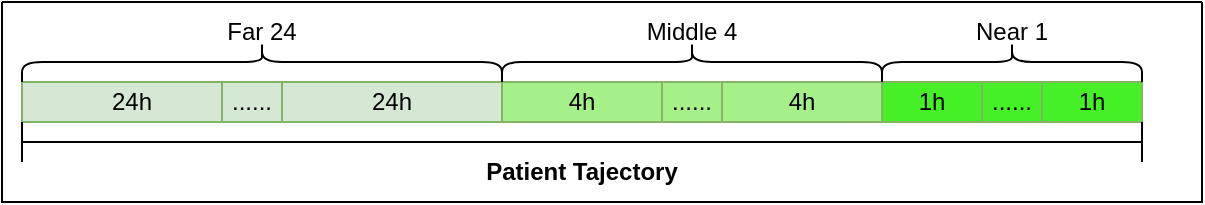
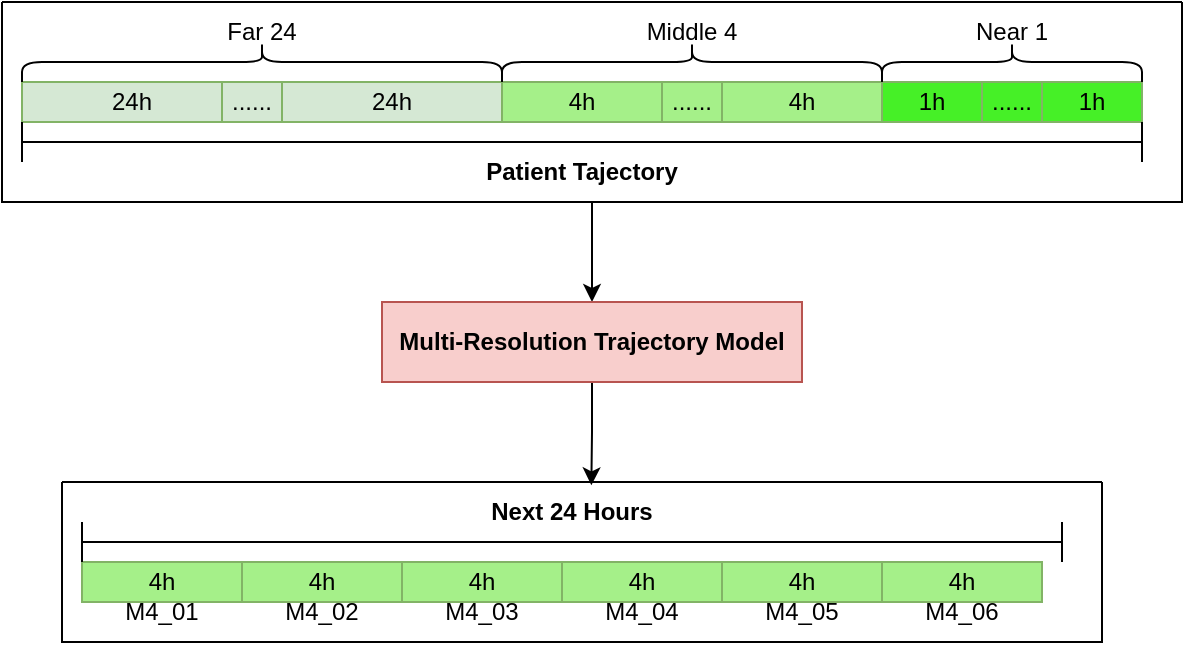
<mxfile host="app.diagrams.net">
  <diagram name="第 1 页" id="3EZWXdWs5LoXoSu94if4">
-     <mxGraphModel dx="790" dy="539" grid="1" gridSize="10" guides="1" tooltips="1" connect="1" arrows="1" fold="1" page="1" pageScale="1" pageWidth="827" pageHeight="1169" math="0" shadow="0">
+     <mxGraphModel dx="744" dy="507" grid="1" gridSize="10" guides="1" tooltips="1" connect="1" arrows="1" fold="1" page="1" pageScale="1" pageWidth="827" pageHeight="1169" math="0" shadow="0">
      <root>
        <mxCell id="0" />
        <mxCell id="1" parent="0" />
        <mxCell id="xGCr_gD7uzWL95jFXDYc-1" parent="1" style="rounded=0;whiteSpace=wrap;html=1;fillColor=#d5e8d4;strokeColor=#82b366;" value="24h" vertex="1">
          <mxGeometry height="20" width="110" x="40" y="170" as="geometry" />
        </mxCell>
        <mxCell id="xGCr_gD7uzWL95jFXDYc-2" parent="1" style="rounded=0;whiteSpace=wrap;html=1;fillColor=#d5e8d4;strokeColor=#82b366;" value="24h" vertex="1">
          <mxGeometry height="20" width="110" x="170" y="170" as="geometry" />
        </mxCell>
        <mxCell id="xGCr_gD7uzWL95jFXDYc-3" parent="1" style="rounded=0;whiteSpace=wrap;html=1;fillColor=light-dark(#A5F089,#1F2F1E);strokeColor=#82b366;" value="4h" vertex="1">
          <mxGeometry height="20" width="80" x="280" y="170" as="geometry" />
        </mxCell>
        <mxCell id="xGCr_gD7uzWL95jFXDYc-5" parent="1" style="rounded=0;whiteSpace=wrap;html=1;fillColor=#d5e8d4;strokeColor=#82b366;" value="......" vertex="1">
          <mxGeometry height="20" width="30" x="140" y="170" as="geometry" />
        </mxCell>
        <mxCell id="xGCr_gD7uzWL95jFXDYc-6" parent="1" style="rounded=0;whiteSpace=wrap;html=1;fillColor=light-dark(#A5F089,#1F2F1E);strokeColor=#82b366;" value="......" vertex="1">
          <mxGeometry height="20" width="30" x="360" y="170" as="geometry" />
        </mxCell>
        <mxCell id="xGCr_gD7uzWL95jFXDYc-8" parent="1" style="rounded=0;whiteSpace=wrap;html=1;fillColor=light-dark(#A5F089,#1F2F1E);strokeColor=#82b366;" value="4h" vertex="1">
          <mxGeometry height="20" width="80" x="390" y="170" as="geometry" />
        </mxCell>
        <mxCell id="xGCr_gD7uzWL95jFXDYc-9" parent="1" style="rounded=0;whiteSpace=wrap;html=1;fillColor=light-dark(#46F027,#1F2F1E);strokeColor=#82b366;" value="1h" vertex="1">
          <mxGeometry height="20" width="50" x="470" y="170" as="geometry" />
        </mxCell>
        <mxCell id="xGCr_gD7uzWL95jFXDYc-10" parent="1" style="rounded=0;whiteSpace=wrap;html=1;fillColor=light-dark(#46F027,#1F2F1E);strokeColor=#82b366;" value="1h" vertex="1">
          <mxGeometry height="20" width="50" x="550" y="170" as="geometry" />
        </mxCell>
        <mxCell id="xGCr_gD7uzWL95jFXDYc-11" parent="1" style="rounded=0;whiteSpace=wrap;html=1;fillColor=light-dark(#46F027,#1F2F1E);strokeColor=#82b366;" value="......" vertex="1">
          <mxGeometry height="20" width="30" x="520" y="170" as="geometry" />
        </mxCell>
        <mxCell id="xGCr_gD7uzWL95jFXDYc-12" parent="1" style="shape=curlyBracket;whiteSpace=wrap;html=1;rounded=1;labelPosition=left;verticalLabelPosition=middle;align=right;verticalAlign=middle;rotation=90;" value="" vertex="1">
          <mxGeometry height="240" width="20" x="150" y="40" as="geometry" />
        </mxCell>
        <mxCell id="xGCr_gD7uzWL95jFXDYc-13" parent="1" style="text;html=1;whiteSpace=wrap;strokeColor=none;fillColor=none;align=center;verticalAlign=middle;rounded=0;" value="Far 24" vertex="1">
          <mxGeometry height="30" width="60" x="130" y="130" as="geometry" />
        </mxCell>
        <mxCell id="xGCr_gD7uzWL95jFXDYc-14" parent="1" style="shape=curlyBracket;whiteSpace=wrap;html=1;rounded=1;labelPosition=left;verticalLabelPosition=middle;align=right;verticalAlign=middle;rotation=90;" value="" vertex="1">
          <mxGeometry height="190" width="20" x="365" y="65" as="geometry" />
        </mxCell>
        <mxCell id="xGCr_gD7uzWL95jFXDYc-15" parent="1" style="text;html=1;whiteSpace=wrap;strokeColor=none;fillColor=none;align=center;verticalAlign=middle;rounded=0;" value="Middle 4" vertex="1">
          <mxGeometry height="30" width="60" x="345" y="130" as="geometry" />
        </mxCell>
        <mxCell id="xGCr_gD7uzWL95jFXDYc-16" parent="1" style="shape=curlyBracket;whiteSpace=wrap;html=1;rounded=1;labelPosition=left;verticalLabelPosition=middle;align=right;verticalAlign=middle;rotation=90;" value="" vertex="1">
          <mxGeometry height="130" width="20" x="525" y="95" as="geometry" />
        </mxCell>
        <mxCell id="xGCr_gD7uzWL95jFXDYc-17" parent="1" style="text;html=1;whiteSpace=wrap;strokeColor=none;fillColor=none;align=center;verticalAlign=middle;rounded=0;" value="Near 1" vertex="1">
          <mxGeometry height="30" width="60" x="505" y="130" as="geometry" />
        </mxCell>
        <mxCell id="xGCr_gD7uzWL95jFXDYc-18" parent="1" style="shape=crossbar;whiteSpace=wrap;html=1;rounded=1;" value="" vertex="1">
          <mxGeometry height="20" width="560" x="40" y="190" as="geometry" />
        </mxCell>
        <mxCell id="xGCr_gD7uzWL95jFXDYc-19" parent="1" style="text;html=1;whiteSpace=wrap;strokeColor=none;fillColor=none;align=center;verticalAlign=middle;rounded=0;" value="&lt;b&gt;Patient Tajectory&lt;/b&gt;" vertex="1">
          <mxGeometry height="30" width="120" x="260" y="200" as="geometry" />
        </mxCell>
+         <mxCell id="3SwoLBKGE5TvQkrzPOWH-30" edge="1" parent="1" source="3SwoLBKGE5TvQkrzPOWH-1" style="edgeStyle=orthogonalEdgeStyle;rounded=0;orthogonalLoop=1;jettySize=auto;html=1;" target="3SwoLBKGE5TvQkrzPOWH-2" value="">
+           <mxGeometry relative="1" as="geometry" />
+         </mxCell>
        <mxCell id="3SwoLBKGE5TvQkrzPOWH-1" parent="1" style="swimlane;startSize=0;" value="" vertex="1">
-           <mxGeometry height="100" width="600" x="30" y="130" as="geometry" />
+           <mxGeometry height="100" width="590" x="30" y="130" as="geometry" />
+         </mxCell>
+         <mxCell id="3SwoLBKGE5TvQkrzPOWH-33" edge="1" parent="1" source="3SwoLBKGE5TvQkrzPOWH-2" style="edgeStyle=orthogonalEdgeStyle;rounded=0;orthogonalLoop=1;jettySize=auto;html=1;entryX=0.509;entryY=0.021;entryDx=0;entryDy=0;entryPerimeter=0;" target="3SwoLBKGE5TvQkrzPOWH-28" value="">
+           <mxGeometry relative="1" as="geometry" />
+         </mxCell>
+         <mxCell id="3SwoLBKGE5TvQkrzPOWH-2" parent="1" style="rounded=0;whiteSpace=wrap;html=1;fillColor=#f8cecc;strokeColor=#b85450;" value="&lt;b&gt;Multi-Resolution Trajectory Model&lt;/b&gt;" vertex="1">
+           <mxGeometry height="40" width="210" x="220" y="280" as="geometry" />
+         </mxCell>
+         <mxCell id="3SwoLBKGE5TvQkrzPOWH-29" connectable="0" parent="1" style="group" value="" vertex="1">
+           <mxGeometry height="90" width="520" x="60" y="370" as="geometry" />
+         </mxCell>
+         <mxCell id="3SwoLBKGE5TvQkrzPOWH-8" connectable="0" parent="3SwoLBKGE5TvQkrzPOWH-29" style="group" value="" vertex="1">
+           <mxGeometry height="50" width="80" x="10" y="40" as="geometry" />
+         </mxCell>
+         <mxCell id="3SwoLBKGE5TvQkrzPOWH-4" parent="3SwoLBKGE5TvQkrzPOWH-8" style="rounded=0;whiteSpace=wrap;html=1;fillColor=light-dark(#A5F089,#1F2F1E);strokeColor=#82b366;" value="4h" vertex="1">
+           <mxGeometry height="20" width="80" as="geometry" />
+         </mxCell>
+         <mxCell id="3SwoLBKGE5TvQkrzPOWH-9" connectable="0" parent="3SwoLBKGE5TvQkrzPOWH-29" style="group" value="" vertex="1">
+           <mxGeometry height="50" width="80" x="90" y="40" as="geometry" />
+         </mxCell>
+         <mxCell id="3SwoLBKGE5TvQkrzPOWH-5" parent="3SwoLBKGE5TvQkrzPOWH-9" style="rounded=0;whiteSpace=wrap;html=1;fillColor=light-dark(#A5F089,#1F2F1E);strokeColor=#82b366;" value="4h" vertex="1">
+           <mxGeometry height="20" width="80" as="geometry" />
+         </mxCell>
+         <mxCell id="3SwoLBKGE5TvQkrzPOWH-10" connectable="0" parent="3SwoLBKGE5TvQkrzPOWH-29" style="group" value="" vertex="1">
+           <mxGeometry height="50" width="80" x="170" y="40" as="geometry" />
+         </mxCell>
+         <mxCell id="3SwoLBKGE5TvQkrzPOWH-11" parent="3SwoLBKGE5TvQkrzPOWH-10" style="rounded=0;whiteSpace=wrap;html=1;fillColor=light-dark(#A5F089,#1F2F1E);strokeColor=#82b366;" value="4h" vertex="1">
+           <mxGeometry height="20" width="80" as="geometry" />
+         </mxCell>
+         <mxCell id="3SwoLBKGE5TvQkrzPOWH-13" connectable="0" parent="3SwoLBKGE5TvQkrzPOWH-29" style="group" value="" vertex="1">
+           <mxGeometry height="50" width="80" x="250" y="40" as="geometry" />
+         </mxCell>
+         <mxCell id="3SwoLBKGE5TvQkrzPOWH-14" parent="3SwoLBKGE5TvQkrzPOWH-13" style="rounded=0;whiteSpace=wrap;html=1;fillColor=light-dark(#A5F089,#1F2F1E);strokeColor=#82b366;" value="4h" vertex="1">
+           <mxGeometry height="20" width="80" as="geometry" />
+         </mxCell>
+         <mxCell id="3SwoLBKGE5TvQkrzPOWH-16" connectable="0" parent="3SwoLBKGE5TvQkrzPOWH-29" style="group" value="" vertex="1">
+           <mxGeometry height="50" width="80" x="330" y="40" as="geometry" />
+         </mxCell>
+         <mxCell id="3SwoLBKGE5TvQkrzPOWH-17" parent="3SwoLBKGE5TvQkrzPOWH-16" style="rounded=0;whiteSpace=wrap;html=1;fillColor=light-dark(#A5F089,#1F2F1E);strokeColor=#82b366;" value="4h" vertex="1">
+           <mxGeometry height="20" width="80" as="geometry" />
+         </mxCell>
+         <mxCell id="3SwoLBKGE5TvQkrzPOWH-19" connectable="0" parent="3SwoLBKGE5TvQkrzPOWH-29" style="group" value="" vertex="1">
+           <mxGeometry height="50" width="80" x="410" y="40" as="geometry" />
+         </mxCell>
+         <mxCell id="3SwoLBKGE5TvQkrzPOWH-20" parent="3SwoLBKGE5TvQkrzPOWH-19" style="rounded=0;whiteSpace=wrap;html=1;fillColor=light-dark(#A5F089,#1F2F1E);strokeColor=#82b366;" value="4h" vertex="1">
+           <mxGeometry height="20" width="80" as="geometry" />
+         </mxCell>
+         <mxCell id="3SwoLBKGE5TvQkrzPOWH-6" parent="3SwoLBKGE5TvQkrzPOWH-19" style="text;html=1;whiteSpace=wrap;strokeColor=none;fillColor=none;align=center;verticalAlign=middle;rounded=0;" value="M4_01" vertex="1">
+           <mxGeometry height="30" width="60" x="-390" y="10" as="geometry" />
+         </mxCell>
+         <mxCell id="3SwoLBKGE5TvQkrzPOWH-7" parent="3SwoLBKGE5TvQkrzPOWH-19" style="text;html=1;whiteSpace=wrap;strokeColor=none;fillColor=none;align=center;verticalAlign=middle;rounded=0;" value="M4_02" vertex="1">
+           <mxGeometry height="30" width="60" x="-310" y="10" as="geometry" />
+         </mxCell>
+         <mxCell id="3SwoLBKGE5TvQkrzPOWH-12" parent="3SwoLBKGE5TvQkrzPOWH-19" style="text;html=1;whiteSpace=wrap;strokeColor=none;fillColor=none;align=center;verticalAlign=middle;rounded=0;" value="M4_03" vertex="1">
+           <mxGeometry height="30" width="60" x="-230" y="10" as="geometry" />
+         </mxCell>
+         <mxCell id="3SwoLBKGE5TvQkrzPOWH-15" parent="3SwoLBKGE5TvQkrzPOWH-19" style="text;html=1;whiteSpace=wrap;strokeColor=none;fillColor=none;align=center;verticalAlign=middle;rounded=0;" value="M4_04" vertex="1">
+           <mxGeometry height="30" width="60" x="-150" y="10" as="geometry" />
+         </mxCell>
+         <mxCell id="3SwoLBKGE5TvQkrzPOWH-18" parent="3SwoLBKGE5TvQkrzPOWH-19" style="text;html=1;whiteSpace=wrap;strokeColor=none;fillColor=none;align=center;verticalAlign=middle;rounded=0;" value="M4_05" vertex="1">
+           <mxGeometry height="30" width="60" x="-70" y="10" as="geometry" />
+         </mxCell>
+         <mxCell id="3SwoLBKGE5TvQkrzPOWH-21" parent="3SwoLBKGE5TvQkrzPOWH-19" style="text;html=1;whiteSpace=wrap;strokeColor=none;fillColor=none;align=center;verticalAlign=middle;rounded=0;" value="M4_06" vertex="1">
+           <mxGeometry height="30" width="60" x="10" y="10" as="geometry" />
+         </mxCell>
+         <mxCell id="3SwoLBKGE5TvQkrzPOWH-26" parent="3SwoLBKGE5TvQkrzPOWH-29" style="shape=crossbar;whiteSpace=wrap;html=1;rounded=1;" value="" vertex="1">
+           <mxGeometry height="20" width="490" x="10" y="20" as="geometry" />
+         </mxCell>
+         <mxCell id="3SwoLBKGE5TvQkrzPOWH-27" parent="3SwoLBKGE5TvQkrzPOWH-29" style="text;html=1;whiteSpace=wrap;strokeColor=none;fillColor=none;align=center;verticalAlign=middle;rounded=0;" value="&lt;b&gt;Next 24 Hours&lt;/b&gt;" vertex="1">
+           <mxGeometry height="30" width="110" x="200" as="geometry" />
+         </mxCell>
+         <mxCell id="3SwoLBKGE5TvQkrzPOWH-28" parent="3SwoLBKGE5TvQkrzPOWH-29" style="swimlane;startSize=0;" value="" vertex="1">
+           <mxGeometry height="80" width="520" as="geometry" />
        </mxCell>
      </root>
    </mxGraphModel>
  </diagram>
</mxfile>
